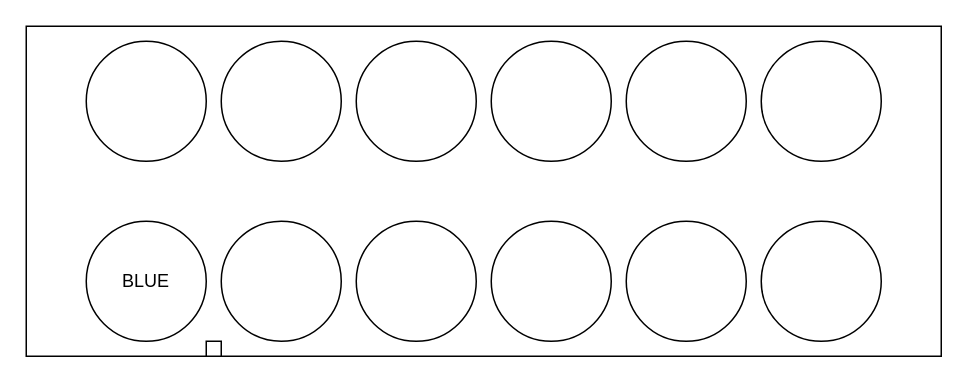
Above: breakout.drawio in YuzuMin/Project-OSIRIS (draw.io), before the change. Source tidied: cells renumbered, new cells numbered last; positions are measured from the earlier drawing's top-left corner, leaving out a move shared by most shapes. Both pictures are drawn from the tidied source at 150%, with x=0, y=0 at pixel (26, 26).
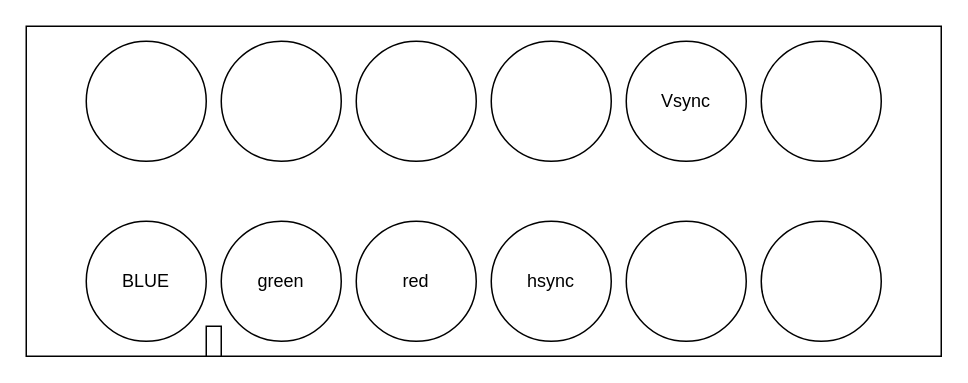
The same diagram, later.

What changed in the source:
```diff
@@
 <mxGraphModel>
   <root>
     <mxCell id="0" />
     <mxCell id="1" parent="0" />
     <mxCell id="2" style="rounded=0;whiteSpace=wrap;html=1;" parent="1" vertex="1">
       <mxGeometry width="610" height="220" as="geometry" />
     </mxCell>
     <mxCell id="3" style="ellipse;whiteSpace=wrap;html=1;" parent="1" vertex="1">
       <mxGeometry x="40" y="10" width="80" height="80" as="geometry" />
     </mxCell>
     <mxCell id="4" value="BLUE" style="ellipse;whiteSpace=wrap;html=1;" parent="1" vertex="1">
       <mxGeometry x="40" y="130" width="80" height="80" as="geometry" />
     </mxCell>
     <mxCell id="5" style="ellipse;whiteSpace=wrap;html=1;" parent="1" vertex="1">
       <mxGeometry x="130" y="10" width="80" height="80" as="geometry" />
     </mxCell>
-    <mxCell id="6" style="ellipse;whiteSpace=wrap;html=1;" parent="1" vertex="1">
+    <mxCell id="6" value="green" style="ellipse;whiteSpace=wrap;html=1;" parent="1" vertex="1">
       <mxGeometry x="130" y="130" width="80" height="80" as="geometry" />
     </mxCell>
     <mxCell id="7" style="ellipse;whiteSpace=wrap;html=1;" parent="1" vertex="1">
       <mxGeometry x="220" y="10" width="80" height="80" as="geometry" />
     </mxCell>
-    <mxCell id="8" style="ellipse;whiteSpace=wrap;html=1;" parent="1" vertex="1">
+    <mxCell id="8" value="red" style="ellipse;whiteSpace=wrap;html=1;" parent="1" vertex="1">
       <mxGeometry x="220" y="130" width="80" height="80" as="geometry" />
     </mxCell>
     <mxCell id="9" style="ellipse;whiteSpace=wrap;html=1;" parent="1" vertex="1">
       <mxGeometry x="310" y="10" width="80" height="80" as="geometry" />
     </mxCell>
-    <mxCell id="10" style="ellipse;whiteSpace=wrap;html=1;" parent="1" vertex="1">
+    <mxCell id="10" value="hsync" style="ellipse;whiteSpace=wrap;html=1;" parent="1" vertex="1">
       <mxGeometry x="310" y="130" width="80" height="80" as="geometry" />
     </mxCell>
-    <mxCell id="11" style="ellipse;whiteSpace=wrap;html=1;" parent="1" vertex="1">
+    <mxCell id="11" value="Vsync" style="ellipse;whiteSpace=wrap;html=1;" parent="1" vertex="1">
       <mxGeometry x="400" y="10" width="80" height="80" as="geometry" />
     </mxCell>
     <mxCell id="12" style="ellipse;whiteSpace=wrap;html=1;" parent="1" vertex="1">
       <mxGeometry x="400" y="130" width="80" height="80" as="geometry" />
     </mxCell>
     <mxCell id="13" style="ellipse;whiteSpace=wrap;html=1;" parent="1" vertex="1">
       <mxGeometry x="490" y="10" width="80" height="80" as="geometry" />
     </mxCell>
     <mxCell id="14" style="ellipse;whiteSpace=wrap;html=1;" parent="1" vertex="1">
       <mxGeometry x="490" y="130" width="80" height="80" as="geometry" />
     </mxCell>
     <mxCell id="15" style="rounded=0;whiteSpace=wrap;html=1;" parent="1" vertex="1">
-      <mxGeometry x="120" y="210" width="10" height="10" as="geometry" />
+      <mxGeometry x="120" y="200" width="10" height="20" as="geometry" />
     </mxCell>
   </root>
 </mxGraphModel>
```
